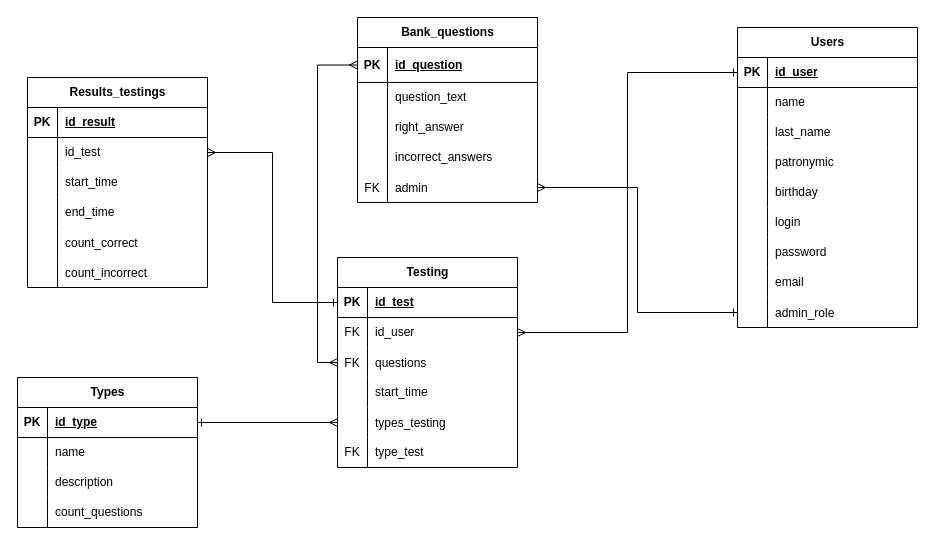
The draw.io diagram документация/ER-диаграмма бд.drawio in rerazin-off/WrongTurn, before the edit. Source tidied: cells renumbered, new cells numbered last; positions are measured from the earlier drawing's top-left corner, leaving out a move shared by most shapes. Both pictures are drawn from the tidied source at 100%, with x=0, y=0 at pixel (17, 17).
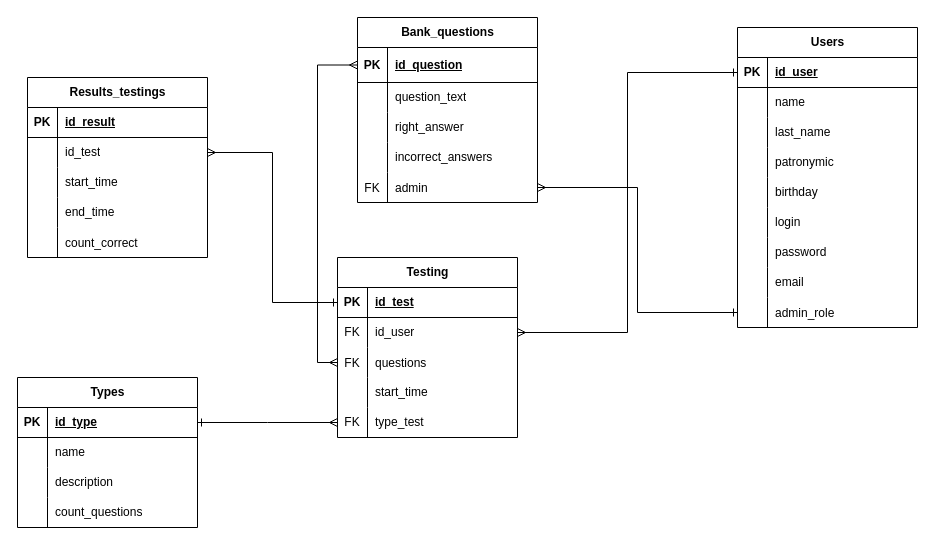
Above is the later version.

Commit message (it also covers changes not shown here):
new diagramm activity and modified main document

Unchanged cells that the change refers to:
```xml
<mxCell id="47" style="shape=tableRow;horizontal=0;startSize=0;swimlaneHead=0;swimlaneBody=0;fillColor=none;points=[[0,0.5],[1,0.5]];portConstraint=eastwest;top=0;left=0;right=0;bottom=1;" parent="46" vertex="1">
  <mxGeometry y="30" width="180" height="30" as="geometry" />
</mxCell>
```

Diff of the diagram source:
```diff
@@
     <mxCell id="59" value="Testing" style="shape=table;startSize=30;childLayout=tableLayout;rowLines=0;fontStyle=1;align=center;html=1;" parent="1" vertex="1">
-      <mxGeometry x="320" y="240" width="180" height="210" as="geometry" />
+      <mxGeometry x="320" y="240" width="180" height="180" as="geometry" />
     </mxCell>
@@
-    <mxCell id="72" style="shape=tableRow;horizontal=0;startSize=0;swimlaneHead=0;swimlaneBody=0;fillColor=none;points=[[0,0.5],[1,0.5]];portConstraint=eastwest;top=0;left=0;right=0;bottom=0;" parent="59" vertex="1">
-      <mxGeometry y="150" width="180" height="30" as="geometry" />
-    </mxCell>
-    <mxCell id="73" style="shape=partialRectangle;fillColor=none;top=0;left=0;bottom=0;right=0;overflow=hidden;" parent="72" vertex="1">
-      <mxGeometry width="30" height="30" as="geometry" />
-    </mxCell>
-    <mxCell id="74" value="types_testing" style="shape=partialRectangle;fillColor=none;top=0;left=0;bottom=0;right=0;align=left;spacingLeft=6;overflow=hidden;" parent="72" vertex="1">
-      <mxGeometry x="30" width="150" height="30" as="geometry" />
-    </mxCell>
     <mxCell id="75" style="shape=tableRow;horizontal=0;startSize=0;swimlaneHead=0;swimlaneBody=0;fillColor=none;top=0;left=0;right=0;bottom=0;" parent="59" vertex="1">
-      <mxGeometry y="180" width="180" height="30" as="geometry" />
+      <mxGeometry y="150" width="180" height="30" as="geometry" />
     </mxCell>
@@
-    <mxCell id="78" style="edgeStyle=orthogonalEdgeStyle;rounded=0;jettySize=auto;html=1;startArrow=ERone;startFill=0;endArrow=ERmany;endFill=0;entryX=0;entryY=0.5;entryDx=0;entryDy=0;" parent="1" edge="1" source="47" target="72">
-      <mxGeometry relative="1" as="geometry" />
+    <mxCell id="78" style="edgeStyle=orthogonalEdgeStyle;rounded=0;jettySize=auto;html=1;startArrow=ERone;startFill=0;endArrow=ERmany;endFill=0;entryX=0;entryY=0.5;entryDx=0;entryDy=0;" parent="1" edge="1" source="47">
+      <mxGeometry relative="1" as="geometry">
+        <mxPoint x="320" y="405" as="targetPoint" />
+      </mxGeometry>
     </mxCell>
@@
     <mxCell id="82" value="Results_testings" style="shape=table;startSize=30;childLayout=tableLayout;rowLines=0;fontStyle=1;align=center;html=1;" parent="1" vertex="1">
-      <mxGeometry x="10" y="60" width="180" height="210" as="geometry" />
+      <mxGeometry x="10" y="60" width="180" height="180" as="geometry" />
     </mxCell>
@@
-    <mxCell id="98" style="shape=tableRow;horizontal=0;startSize=0;swimlaneHead=0;swimlaneBody=0;fillColor=none;top=0;left=0;right=0;bottom=0;" parent="82" vertex="1">
-      <mxGeometry y="180" width="180" height="30" as="geometry" />
-    </mxCell>
-    <mxCell id="99" style="shape=partialRectangle;fillColor=none;top=0;left=0;bottom=0;right=0;overflow=hidden;" parent="98" vertex="1">
-      <mxGeometry width="30" height="30" as="geometry" />
-    </mxCell>
-    <mxCell id="100" value="count_incorrect" style="shape=partialRectangle;fillColor=none;top=0;left=0;bottom=0;right=0;align=left;spacingLeft=6;overflow=hidden;" parent="98" vertex="1">
-      <mxGeometry x="30" width="150" height="30" as="geometry" />
-    </mxCell>
```
